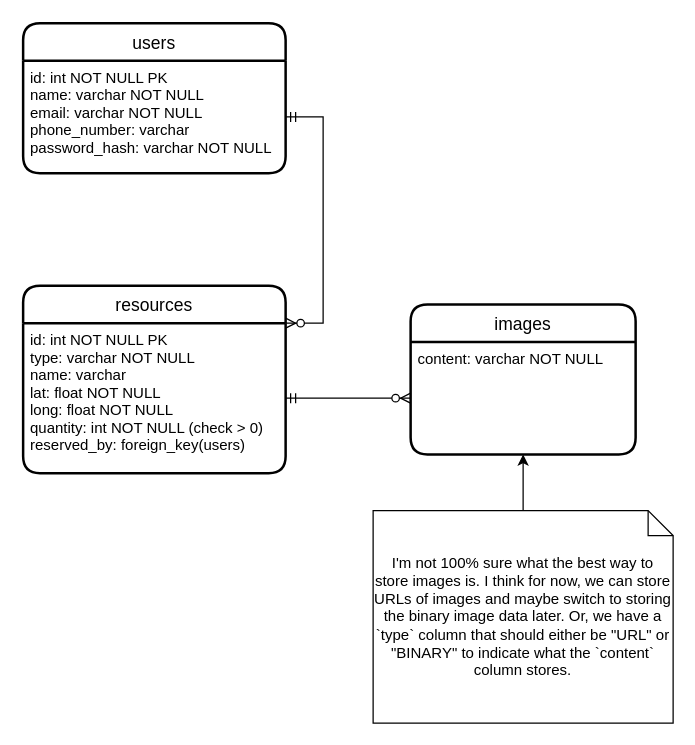
This is LumosER.drawio from LumosCapstone/backend, a draw.io file, before an edit. Source tidied: cells renumbered, new cells numbered last; positions are measured from the earlier drawing's top-left corner, leaving out a move shared by most shapes. Both pictures are drawn from the tidied source at 125%, with x=0, y=0 at pixel (22, 22).
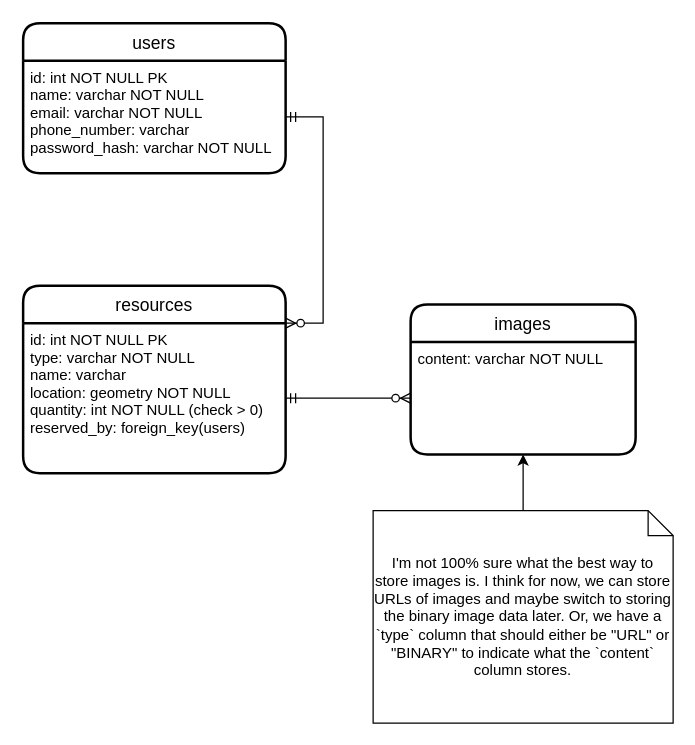
Above is the later version.

Commit message (it also covers changes not shown here):
add migrations folder with init create table statements, update ER diagram to reflect new geometry column

Diff of the diagram source:
```diff
@@
 <mxGraphModel>
   <root>
     <mxCell id="0" />
     <mxCell id="1" parent="0" />
     <mxCell id="2" value="users" style="swimlane;horizontal=1;startSize=30;rounded=1;fontSize=14;fontStyle=0;strokeWidth=2;shadow=0;dashed=0;align=center;" parent="1" vertex="1">
       <mxGeometry width="210" height="120" as="geometry" />
     </mxCell>
     <mxCell id="3" value="id: int NOT NULL PK&#10;name: varchar NOT NULL&#10;email: varchar NOT NULL&#10;phone_number: varchar&#10;password_hash: varchar NOT NULL&#10;" style="align=left;strokeColor=none;fillColor=none;spacingLeft=4;fontSize=12;verticalAlign=top;" parent="2" vertex="1">
       <mxGeometry y="30" width="210" height="90" as="geometry" />
     </mxCell>
     <mxCell id="4" value="resources" style="swimlane;horizontal=1;startSize=30;rounded=1;fontSize=14;fontStyle=0;strokeWidth=2;shadow=0;dashed=0;align=center;" parent="1" vertex="1">
       <mxGeometry y="210" width="210" height="150" as="geometry" />
     </mxCell>
-    <mxCell id="5" value="id: int NOT NULL PK&#10;type: varchar NOT NULL&#10;name: varchar&#10;lat: float NOT NULL&#10;long: float NOT NULL&#10;quantity: int NOT NULL (check &gt; 0)&#10;reserved_by: foreign_key(users)&#10;&#10;" style="align=left;strokeColor=none;fillColor=none;spacingLeft=4;fontSize=12;verticalAlign=top;" parent="4" vertex="1">
+    <mxCell id="5" value="id: int NOT NULL PK&#10;type: varchar NOT NULL&#10;name: varchar&#10;location: geometry NOT NULL&#10;quantity: int NOT NULL (check &gt; 0)&#10;reserved_by: foreign_key(users)&#10;&#10;" style="align=left;strokeColor=none;fillColor=none;spacingLeft=4;fontSize=12;verticalAlign=top;" parent="4" vertex="1">
       <mxGeometry y="30" width="210" height="120" as="geometry" />
     </mxCell>
     <mxCell id="6" value="images" style="swimlane;horizontal=1;startSize=30;rounded=1;fontSize=14;fontStyle=0;strokeWidth=2;shadow=0;dashed=0;align=center;" parent="1" vertex="1">
       <mxGeometry x="310" y="225" width="180" height="120" as="geometry" />
     </mxCell>
     <mxCell id="7" value="content: varchar NOT NULL&#10;" style="align=left;strokeColor=none;fillColor=none;spacingLeft=4;fontSize=12;verticalAlign=top;" parent="6" vertex="1">
       <mxGeometry y="30" width="180" height="90" as="geometry" />
     </mxCell>
     <mxCell id="8" style="edgeStyle=orthogonalEdgeStyle;rounded=0;jettySize=auto;html=1;" parent="1" edge="1" source="9" target="7">
       <mxGeometry relative="1" as="geometry" />
     </mxCell>
     <mxCell id="9" value="I'm not 100% sure what the best way to store images is. I think for now, we can store URLs of images and maybe switch to storing the binary image data later. Or, we have a `type` column that should either be &quot;URL&quot; or &quot;BINARY&quot; to indicate what the `content` column stores." style="shape=note;size=20;whiteSpace=wrap;html=1;" parent="1" vertex="1">
       <mxGeometry x="280" y="390" width="240" height="170" as="geometry" />
     </mxCell>
     <mxCell id="10" style="edgeStyle=entityRelationEdgeStyle;fontSize=12;html=1;endArrow=ERzeroToMany;startArrow=ERmandOne;rounded=0;exitX=1;exitY=0.5;exitDx=0;exitDy=0;entryX=0;entryY=0.5;entryDx=0;entryDy=0;" parent="1" edge="1" source="5" target="7">
       <mxGeometry relative="1" as="geometry" />
     </mxCell>
     <mxCell id="11" style="edgeStyle=entityRelationEdgeStyle;fontSize=12;html=1;endArrow=ERzeroToMany;startArrow=ERmandOne;rounded=0;exitX=1;exitY=0.5;exitDx=0;exitDy=0;entryX=1;entryY=0;entryDx=0;entryDy=0;" parent="1" edge="1" source="3" target="5">
       <mxGeometry relative="1" as="geometry" />
     </mxCell>
   </root>
 </mxGraphModel>
```
